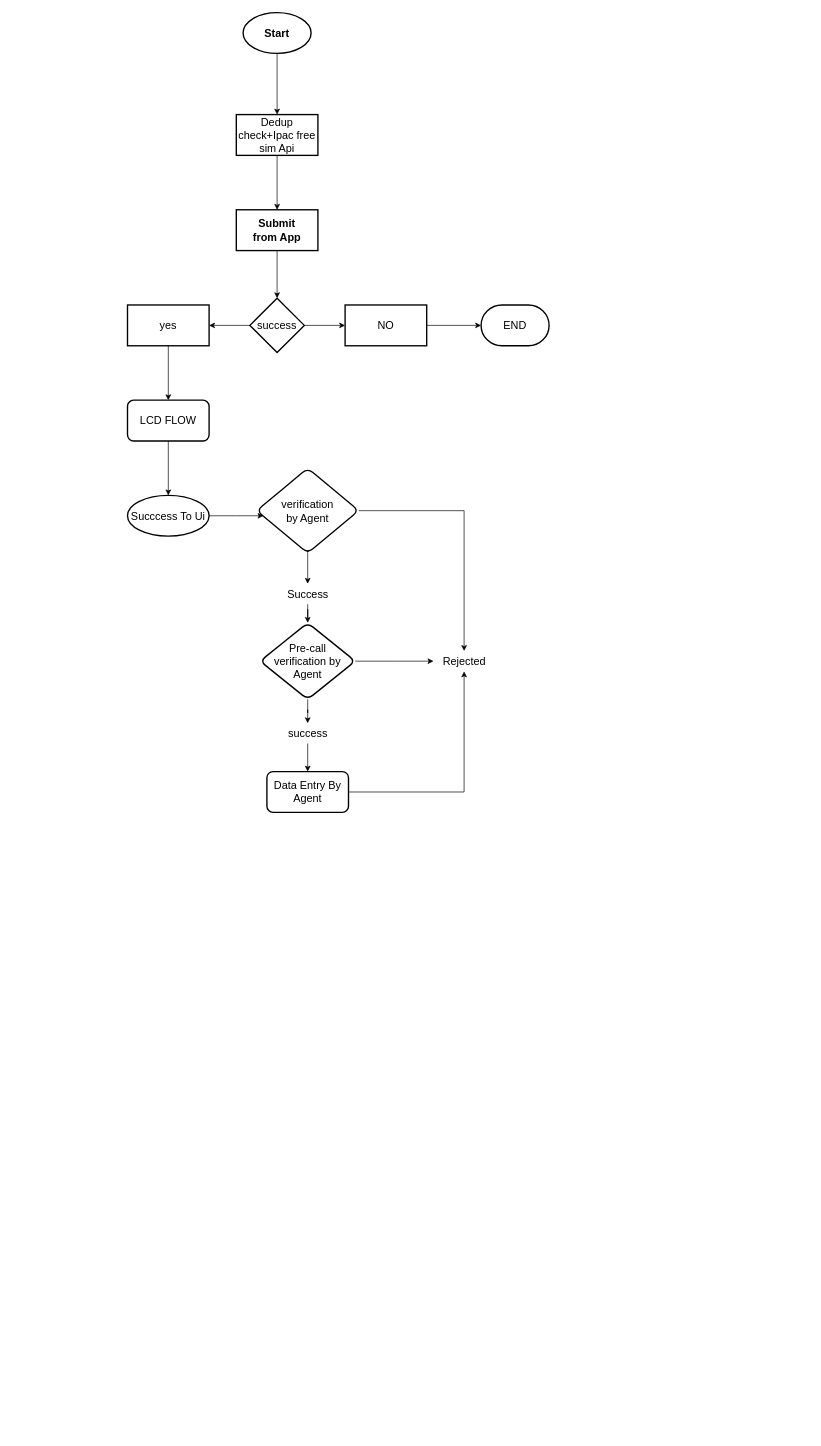
This is Untitled Diagram.drawio from jrabhishek/Basic, a draw.io file, before an edit. Source tidied: cells renumbered, new cells numbered last; positions are measured from the earlier drawing's top-left corner, leaving out a move shared by most shapes. Both pictures are drawn from the tidied source at 68%, with x=0, y=0 at pixel (127, 12).
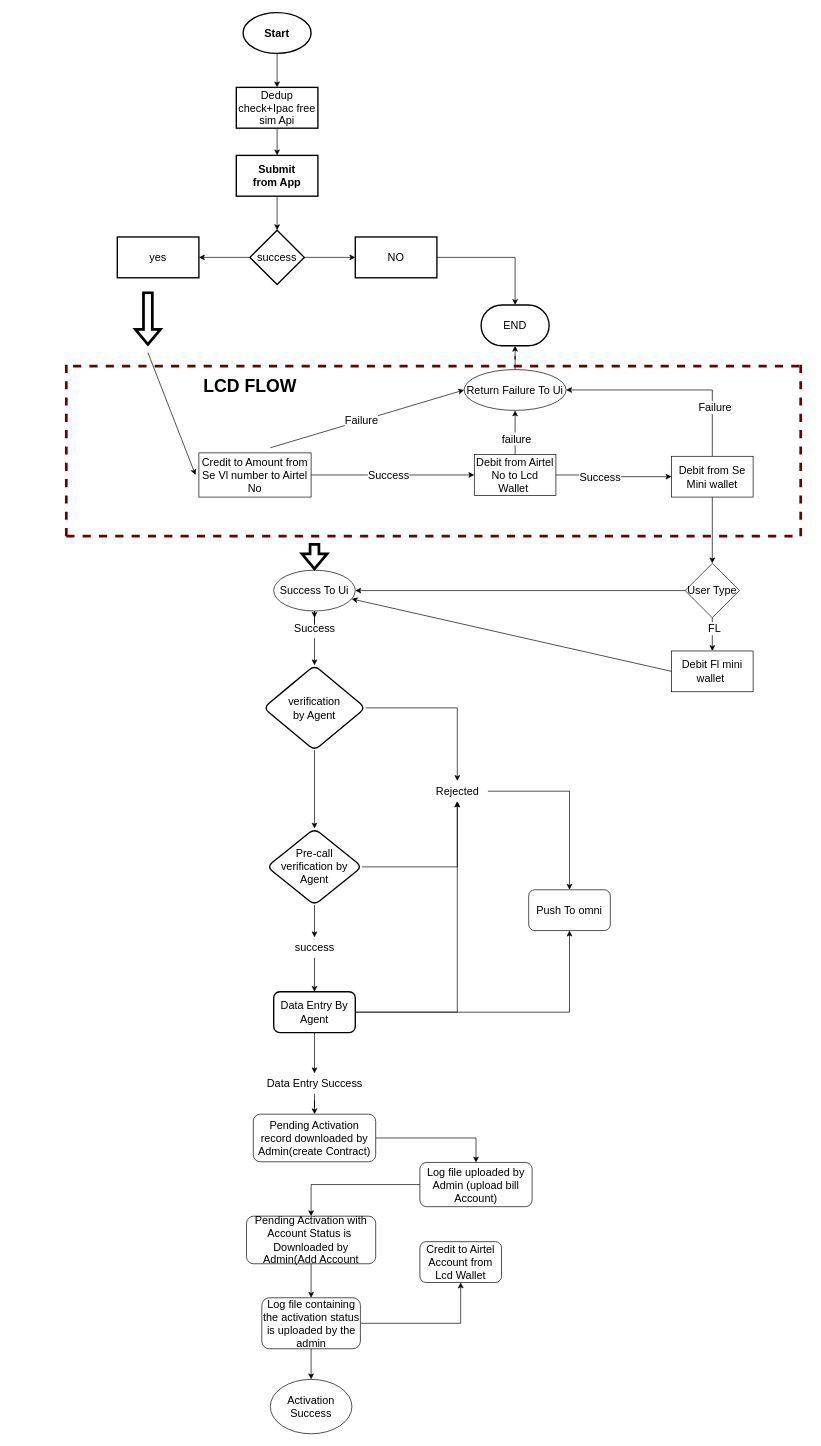
The same page after the edit.

Unchanged cells that the change refers to:
```xml
<mxCell id="15" value="END" style="strokeWidth=2;html=1;shape=mxgraph.flowchart.terminator;whiteSpace=wrap;fontSize=16;" parent="1" vertex="1">
  <mxGeometry x="520" y="430" width="100" height="60" as="geometry" />
</mxCell>
```

Change to the diagram source:
```diff
@@
     <mxCell id="5" value="Dedup check+Ipac free sim Api" style="whiteSpace=wrap;html=1;fontSize=16;strokeWidth=2;" parent="1" vertex="1">
-      <mxGeometry x="160" y="150" width="120" height="60" as="geometry" />
+      <mxGeometry x="160" y="110" width="120" height="60" as="geometry" />
     </mxCell>
@@
     <mxCell id="7" value="&lt;b&gt;Submit&lt;br&gt;from App&lt;br&gt;&lt;/b&gt;" style="whiteSpace=wrap;html=1;fontSize=16;strokeWidth=2;" parent="1" vertex="1">
-      <mxGeometry x="160" y="290" width="120" height="60" as="geometry" />
+      <mxGeometry x="160" y="210" width="120" height="60" as="geometry" />
     </mxCell>
@@
     <mxCell id="10" value="success" style="rhombus;whiteSpace=wrap;html=1;fontSize=16;strokeWidth=2;" parent="1" vertex="1">
-      <mxGeometry x="180" y="420" width="80" height="80" as="geometry" />
+      <mxGeometry x="180" y="320" width="80" height="80" as="geometry" />
     </mxCell>
-    <mxCell id="11" style="edgeStyle=orthogonalEdgeStyle;rounded=0;jettySize=auto;html=1;fontSize=16;" parent="1" edge="1" source="12" target="17">
-      <mxGeometry relative="1" as="geometry" />
-    </mxCell>
     <mxCell id="12" value="yes" style="whiteSpace=wrap;html=1;fontSize=16;strokeWidth=2;" parent="1" vertex="1">
-      <mxGeometry y="430" width="120" height="60" as="geometry" />
+      <mxGeometry x="-15" y="330" width="120" height="60" as="geometry" />
     </mxCell>
@@
     <mxCell id="14" value="NO" style="whiteSpace=wrap;html=1;fontSize=16;strokeWidth=2;" parent="1" vertex="1">
-      <mxGeometry x="320" y="430" width="120" height="60" as="geometry" />
+      <mxGeometry x="335" y="330" width="120" height="60" as="geometry" />
     </mxCell>
@@
-    <mxCell id="16" style="edgeStyle=orthogonalEdgeStyle;rounded=0;jettySize=auto;html=1;fontSize=16;" parent="1" edge="1" source="17" target="19">
-      <mxGeometry relative="1" as="geometry" />
-    </mxCell>
-    <mxCell id="17" value="LCD FLOW" style="rounded=1;whiteSpace=wrap;html=1;fontSize=16;strokeWidth=2;" parent="1" vertex="1">
-      <mxGeometry y="570" width="120" height="60" as="geometry" />
-    </mxCell>
-    <mxCell id="18" style="edgeStyle=orthogonalEdgeStyle;rounded=0;jettySize=auto;html=1;fontSize=16;" parent="1" edge="1" source="19">
-      <mxGeometry relative="1" as="geometry">
-        <mxPoint x="200" y="740" as="targetPoint" />
-      </mxGeometry>
-    </mxCell>
-    <mxCell id="19" value="Succcess To Ui&lt;br&gt;" style="ellipse;whiteSpace=wrap;html=1;fontSize=16;rounded=1;strokeWidth=2;" parent="1" vertex="1">
-      <mxGeometry y="710" width="120" height="60" as="geometry" />
-    </mxCell>
-    <mxCell id="20" style="edgeStyle=orthogonalEdgeStyle;rounded=0;jettySize=auto;html=1;fontSize=16;" parent="1" edge="1" target="23">
-      <mxGeometry relative="1" as="geometry">
-        <mxPoint x="260" y="770" as="sourcePoint" />
-      </mxGeometry>
-    </mxCell>
-    <mxCell id="21" style="edgeStyle=orthogonalEdgeStyle;rounded=0;jettySize=auto;html=1;fontSize=16;" parent="1" edge="1" source="23" target="30">
-      <mxGeometry relative="1" as="geometry" />
-    </mxCell>
@@
-    <mxCell id="23" value="verification &lt;br&gt;by Agent" style="rhombus;whiteSpace=wrap;html=1;fontSize=16;rounded=1;strokeWidth=2;" parent="1" vertex="1">
-      <mxGeometry x="190" y="670" width="150" height="125" as="geometry" />
-    </mxCell>
@@
     <mxCell id="26" value="Pre-call &lt;br&gt;verification by Agent" style="rhombus;whiteSpace=wrap;html=1;fontSize=16;rounded=1;strokeWidth=2;" parent="1" vertex="1">
-      <mxGeometry x="195" y="897.5" width="140" height="112.5" as="geometry" />
+      <mxGeometry x="205" y="1200" width="140" height="112.5" as="geometry" />
     </mxCell>
@@
+    <mxCell id="34" style="edgeStyle=orthogonalEdgeStyle;rounded=0;jettySize=auto;html=1;fontSize=16;" parent="1" edge="1" source="28" target="38">
+      <mxGeometry relative="1" as="geometry" />
+    </mxCell>
+    <mxCell id="35" style="edgeStyle=orthogonalEdgeStyle;rounded=0;jettySize=auto;html=1;fontSize=16;" parent="1" edge="1" source="28" target="40">
+      <mxGeometry relative="1" as="geometry" />
+    </mxCell>
     <mxCell id="28" value="Data Entry By Agent" style="rounded=1;whiteSpace=wrap;html=1;fontSize=16;strokeWidth=2;" parent="1" vertex="1">
-      <mxGeometry x="205" y="1116.2" width="120" height="60" as="geometry" />
+      <mxGeometry x="215" y="1440" width="120" height="60" as="geometry" />
     </mxCell>
-    <mxCell id="29" style="edgeStyle=orthogonalEdgeStyle;rounded=0;jettySize=auto;html=1;fontSize=16;" parent="1" edge="1" source="30" target="26">
+    <mxCell id="29" style="edgeStyle=orthogonalEdgeStyle;rounded=0;jettySize=auto;html=1;fontSize=16;startArrow=none;" parent="1" edge="1" source="23" target="26">
       <mxGeometry relative="1" as="geometry" />
     </mxCell>
+    <mxCell id="36" style="edgeStyle=orthogonalEdgeStyle;rounded=0;jettySize=auto;html=1;fontSize=16;" parent="1" edge="1" source="30" target="23">
+      <mxGeometry relative="1" as="geometry" />
+    </mxCell>
     <mxCell id="30" value="Success" style="text;html=1;align=center;verticalAlign=middle;points=[];strokeColor=none;fillColor=none;fontSize=16;" parent="1" vertex="1">
-      <mxGeometry x="225" y="840" width="80" height="30" as="geometry" />
+      <mxGeometry x="235" y="890" width="80" height="30" as="geometry" />
     </mxCell>
@@
     <mxCell id="32" value="success" style="text;html=1;align=center;verticalAlign=middle;points=[];strokeColor=none;fillColor=none;fontSize=16;" parent="1" vertex="1">
-      <mxGeometry x="225" y="1045" width="80" height="30" as="geometry" />
+      <mxGeometry x="235" y="1360" width="80" height="30" as="geometry" />
     </mxCell>
+    <mxCell id="37" style="edgeStyle=orthogonalEdgeStyle;rounded=0;jettySize=auto;html=1;fontSize=16;" parent="1" edge="1" source="33" target="38">
+      <mxGeometry relative="1" as="geometry" />
+    </mxCell>
     <mxCell id="33" value="Rejected" style="text;html=1;align=center;verticalAlign=middle;points=[];strokeColor=none;fillColor=none;fontSize=16;" parent="1" vertex="1">
-      <mxGeometry x="450" y="938.8" width="90" height="30" as="geometry" />
+      <mxGeometry x="440" y="1130" width="90" height="30" as="geometry" />
     </mxCell>
+    <mxCell id="38" value="Push To omni" style="rounded=1;whiteSpace=wrap;html=1;fontSize=16;" parent="1" vertex="1">
+      <mxGeometry x="590" y="1290" width="120" height="60" as="geometry" />
+    </mxCell>
+    <mxCell id="39" style="edgeStyle=orthogonalEdgeStyle;rounded=0;jettySize=auto;html=1;fontSize=16;" parent="1" edge="1" source="40" target="42">
+      <mxGeometry relative="1" as="geometry" />
+    </mxCell>
+    <mxCell id="40" value="Data Entry Success&lt;br&gt;" style="text;html=1;align=center;verticalAlign=middle;points=[];strokeColor=none;fillColor=none;fontSize=16;" parent="1" vertex="1">
+      <mxGeometry x="195" y="1560" width="160" height="30" as="geometry" />
+    </mxCell>
+    <mxCell id="41" style="edgeStyle=orthogonalEdgeStyle;rounded=0;jettySize=auto;html=1;fontSize=16;" parent="1" edge="1" source="42" target="44">
+      <mxGeometry relative="1" as="geometry" />
+    </mxCell>
+    <mxCell id="42" value="Pending Activation record downloaded by Admin(create Contract)" style="rounded=1;whiteSpace=wrap;html=1;fontSize=16;" parent="1" vertex="1">
+      <mxGeometry x="185" y="1620" width="180" height="70" as="geometry" />
+    </mxCell>
+    <mxCell id="43" style="edgeStyle=orthogonalEdgeStyle;rounded=0;jettySize=auto;html=1;fontSize=16;" parent="1" edge="1" source="44" target="46">
+      <mxGeometry relative="1" as="geometry" />
+    </mxCell>
+    <mxCell id="44" value="Log file uploaded by Admin (upload bill Account)" style="whiteSpace=wrap;html=1;fontSize=16;rounded=1;" parent="1" vertex="1">
+      <mxGeometry x="430" y="1691" width="165" height="65" as="geometry" />
+    </mxCell>
+    <mxCell id="45" style="edgeStyle=orthogonalEdgeStyle;rounded=0;jettySize=auto;html=1;fontSize=16;" parent="1" edge="1" source="46" target="49">
+      <mxGeometry relative="1" as="geometry" />
+    </mxCell>
+    <mxCell id="46" value="Pending Activation with Account Status is&amp;nbsp; Downloaded by Admin(Add Account" style="whiteSpace=wrap;html=1;fontSize=16;rounded=1;" parent="1" vertex="1">
+      <mxGeometry x="175" y="1770" width="190" height="70" as="geometry" />
+    </mxCell>
+    <mxCell id="47" style="edgeStyle=orthogonalEdgeStyle;rounded=0;jettySize=auto;html=1;fontSize=16;" parent="1" edge="1" source="49" target="50">
+      <mxGeometry relative="1" as="geometry" />
+    </mxCell>
+    <mxCell id="48" style="edgeStyle=orthogonalEdgeStyle;rounded=0;jettySize=auto;html=1;fontSize=16;" parent="1" edge="1" source="49" target="51">
+      <mxGeometry relative="1" as="geometry" />
+    </mxCell>
+    <mxCell id="49" value="Log file containing the activation status is uploaded by the admin" style="whiteSpace=wrap;html=1;fontSize=16;rounded=1;" parent="1" vertex="1">
+      <mxGeometry x="197.5" y="1890" width="145" height="75" as="geometry" />
+    </mxCell>
+    <mxCell id="50" value="Activation Success" style="ellipse;whiteSpace=wrap;html=1;fontSize=16;" parent="1" vertex="1">
+      <mxGeometry x="210" y="2010" width="120" height="80" as="geometry" />
+    </mxCell>
+    <mxCell id="51" value="Credit to Airtel Account from Lcd Wallet" style="whiteSpace=wrap;html=1;fontSize=16;rounded=1;" parent="1" vertex="1">
+      <mxGeometry x="430" y="1807.5" width="120" height="60" as="geometry" />
+    </mxCell>
+    <mxCell id="52" style="rounded=0;whiteSpace=wrap;html=1;fontSize=16;" parent="1" vertex="1">
+      <mxGeometry x="-170" y="525" height="15" as="geometry" />
+    </mxCell>
+    <mxCell id="53" style="edgeStyle=orthogonalEdgeStyle;rounded=0;jettySize=auto;html=1;fontSize=16;" parent="1" edge="1" source="55" target="60">
+      <mxGeometry relative="1" as="geometry" />
+    </mxCell>
+    <mxCell id="54" value="Success" style="edgeLabel;html=1;align=center;verticalAlign=middle;fontSize=16;" parent="53" vertex="1">
+      <mxGeometry x="-0.12" y="1" relative="1" as="geometry">
+        <mxPoint x="7" y="1" as="offset" />
+      </mxGeometry>
+    </mxCell>
+    <mxCell id="55" value="Credit to Amount from Se Vl number to Airtel No" style="whiteSpace=wrap;html=1;fontSize=16;" parent="1" vertex="1">
+      <mxGeometry x="105" y="647.5" width="165" height="65" as="geometry" />
+    </mxCell>
+    <mxCell id="56" style="edgeStyle=orthogonalEdgeStyle;rounded=0;jettySize=auto;html=1;fontSize=16;" parent="1" edge="1" source="60" target="64">
+      <mxGeometry relative="1" as="geometry" />
+    </mxCell>
+    <mxCell id="57" value="Success" style="edgeLabel;html=1;align=center;verticalAlign=middle;fontSize=16;" parent="56" vertex="1">
+      <mxGeometry x="0.09" y="-2" relative="1" as="geometry">
+        <mxPoint x="-27" y="-2" as="offset" />
+      </mxGeometry>
+    </mxCell>
+    <mxCell id="58" style="edgeStyle=orthogonalEdgeStyle;rounded=0;jettySize=auto;html=1;fontSize=16;" parent="1" edge="1" source="60" target="71">
+      <mxGeometry relative="1" as="geometry" />
+    </mxCell>
+    <mxCell id="59" value="failure" style="edgeLabel;html=1;align=center;verticalAlign=middle;fontSize=16;" parent="58" vertex="1">
+      <mxGeometry x="-0.24" y="-1" relative="1" as="geometry">
+        <mxPoint y="1" as="offset" />
+      </mxGeometry>
+    </mxCell>
+    <mxCell id="60" value="Debit from Airtel No to Lcd Wallet&amp;nbsp;" style="whiteSpace=wrap;html=1;fontSize=16;" parent="1" vertex="1">
+      <mxGeometry x="510" y="650" width="120" height="60" as="geometry" />
+    </mxCell>
+    <mxCell id="61" style="edgeStyle=orthogonalEdgeStyle;rounded=0;jettySize=auto;html=1;fontSize=16;" parent="1" edge="1" source="64" target="68">
+      <mxGeometry relative="1" as="geometry" />
+    </mxCell>
+    <mxCell id="62" style="edgeStyle=orthogonalEdgeStyle;rounded=0;jettySize=auto;html=1;exitX=0.5;exitY=0;exitDx=0;exitDy=0;entryX=1;entryY=0.5;entryDx=0;entryDy=0;fontSize=16;" parent="1" edge="1" source="64" target="71">
+      <mxGeometry relative="1" as="geometry" />
+    </mxCell>
+    <mxCell id="63" value="Failure&lt;br&gt;" style="edgeLabel;html=1;align=center;verticalAlign=middle;fontSize=16;" parent="62" vertex="1">
+      <mxGeometry x="-0.54" y="-3" relative="1" as="geometry" />
+    </mxCell>
+    <mxCell id="64" value="Debit from Se Mini wallet" style="whiteSpace=wrap;html=1;fontSize=16;" parent="1" vertex="1">
+      <mxGeometry x="800" y="652.5" width="120" height="60" as="geometry" />
+    </mxCell>
+    <mxCell id="65" style="edgeStyle=orthogonalEdgeStyle;rounded=0;jettySize=auto;html=1;fontSize=16;" parent="1" edge="1" source="68" target="69">
+      <mxGeometry relative="1" as="geometry" />
+    </mxCell>
+    <mxCell id="66" value="FL&lt;br&gt;" style="edgeLabel;html=1;align=center;verticalAlign=middle;fontSize=16;" parent="65" vertex="1">
+      <mxGeometry x="-0.39" y="2" relative="1" as="geometry" />
+    </mxCell>
+    <mxCell id="67" style="edgeStyle=orthogonalEdgeStyle;rounded=0;jettySize=auto;html=1;fontSize=16;" parent="1" edge="1" source="68" target="75">
+      <mxGeometry relative="1" as="geometry" />
+    </mxCell>
+    <mxCell id="68" value="User Type&lt;br&gt;" style="rhombus;whiteSpace=wrap;html=1;fontSize=16;" parent="1" vertex="1">
+      <mxGeometry x="820" y="810" width="80" height="80" as="geometry" />
+    </mxCell>
+    <mxCell id="69" value="Debit Fl mini wallet&amp;nbsp;&lt;br&gt;" style="whiteSpace=wrap;html=1;fontSize=16;" parent="1" vertex="1">
+      <mxGeometry x="800" y="938.8" width="120" height="60" as="geometry" />
+    </mxCell>
+    <mxCell id="70" style="edgeStyle=orthogonalEdgeStyle;rounded=0;jettySize=auto;html=1;fontSize=16;" parent="1" edge="1" source="71" target="15">
+      <mxGeometry relative="1" as="geometry" />
+    </mxCell>
+    <mxCell id="71" value="Return Failure To Ui" style="ellipse;whiteSpace=wrap;html=1;fontSize=16;" parent="1" vertex="1">
+      <mxGeometry x="495" y="525" width="150" height="60" as="geometry" />
+    </mxCell>
+    <mxCell id="23" value="verification &lt;br&gt;by Agent" style="rhombus;whiteSpace=wrap;html=1;fontSize=16;rounded=1;strokeWidth=2;" parent="1" vertex="1">
+      <mxGeometry x="200" y="960" width="150" height="125" as="geometry" />
+    </mxCell>
+    <mxCell id="72" style="endArrow=classic;html=1;rounded=0;fontSize=16;entryX=0;entryY=0.5;entryDx=0;entryDy=0;" parent="1" edge="1" target="71">
+      <mxGeometry relative="1" as="geometry">
+        <mxPoint x="210" y="640" as="sourcePoint" />
+      </mxGeometry>
+    </mxCell>
+    <mxCell id="73" value="Failure&lt;br&gt;" style="edgeLabel;html=1;align=center;verticalAlign=middle;fontSize=16;" parent="72" vertex="1">
+      <mxGeometry x="-0.06" y="1" relative="1" as="geometry" />
+    </mxCell>
+    <mxCell id="74" style="edgeStyle=orthogonalEdgeStyle;rounded=0;jettySize=auto;html=1;fontSize=16;" parent="1" edge="1" source="75" target="30">
+      <mxGeometry relative="1" as="geometry" />
+    </mxCell>
+    <mxCell id="75" value="Success To Ui" style="ellipse;whiteSpace=wrap;html=1;fontSize=16;" parent="1" vertex="1">
+      <mxGeometry x="215" y="820" width="120" height="60" as="geometry" />
+    </mxCell>
+    <mxCell id="76" style="endArrow=classic;html=1;rounded=0;fontSize=16;exitX=0;exitY=0.5;exitDx=0;exitDy=0;" parent="1" edge="1" source="69" target="75">
+      <mxGeometry relative="1" as="geometry" />
+    </mxCell>
+    <mxCell id="77" style="endArrow=none;dashed=1;html=1;rounded=0;fontSize=16;fillColor=#a20025;strokeColor=#6F0000;strokeWidth=4;" parent="1" edge="1">
+      <mxGeometry relative="1" as="geometry">
+        <mxPoint x="-80" y="520" as="sourcePoint" />
+        <mxPoint x="1000" y="520" as="targetPoint" />
+      </mxGeometry>
+    </mxCell>
+    <mxCell id="78" style="endArrow=none;dashed=1;html=1;rounded=0;strokeWidth=4;fontSize=16;fillColor=#a20025;strokeColor=#6F0000;" parent="1" edge="1">
+      <mxGeometry relative="1" as="geometry">
+        <mxPoint x="-90" y="770" as="sourcePoint" />
+        <mxPoint x="990" y="770" as="targetPoint" />
+      </mxGeometry>
+    </mxCell>
+    <mxCell id="79" style="endArrow=none;dashed=1;html=1;rounded=0;strokeWidth=4;fontSize=16;fillColor=#a20025;strokeColor=#6F0000;" parent="1" edge="1">
+      <mxGeometry relative="1" as="geometry">
+        <mxPoint x="990" y="770" as="sourcePoint" />
+        <mxPoint x="990" y="510" as="targetPoint" />
+      </mxGeometry>
+    </mxCell>
+    <mxCell id="80" style="endArrow=none;dashed=1;html=1;rounded=0;strokeWidth=4;fontSize=16;fillColor=#a20025;strokeColor=#6F0000;" parent="1" edge="1">
+      <mxGeometry relative="1" as="geometry">
+        <mxPoint x="-90" y="770" as="sourcePoint" />
+        <mxPoint x="-90" y="510" as="targetPoint" />
+      </mxGeometry>
+    </mxCell>
+    <mxCell id="81" style="shape=flexArrow;endArrow=classic;html=1;rounded=0;strokeWidth=4;fontSize=16;entryX=0.5;entryY=0;entryDx=0;entryDy=0;" parent="1" edge="1" target="75">
+      <mxGeometry relative="1" as="geometry">
+        <mxPoint x="275" y="780" as="sourcePoint" />
+      </mxGeometry>
+    </mxCell>
+    <mxCell id="82" style="shape=flexArrow;endArrow=classic;html=1;rounded=0;strokeWidth=4;fontSize=16;" parent="1" edge="1">
+      <mxGeometry relative="1" as="geometry">
+        <mxPoint x="30" y="410" as="sourcePoint" />
+        <mxPoint x="30" y="490" as="targetPoint" />
+      </mxGeometry>
+    </mxCell>
+    <mxCell id="83" style="endArrow=classic;html=1;rounded=0;strokeWidth=1;fontSize=16;" parent="1" edge="1">
+      <mxGeometry relative="1" as="geometry">
+        <mxPoint x="30" y="500" as="sourcePoint" />
+        <mxPoint x="100" y="680" as="targetPoint" />
+      </mxGeometry>
+    </mxCell>
+    <mxCell id="17" value="&lt;b&gt;&lt;font style=&quot;font-size: 26px;&quot;&gt;LCD FLOW&lt;/font&gt;&lt;/b&gt;" style="text;html=1;align=center;verticalAlign=middle;points=[];strokeColor=none;fillColor=none;fontSize=16;" parent="1" vertex="1">
+      <mxGeometry x="100" y="530" width="160" height="40" as="geometry" />
+    </mxCell>
```
